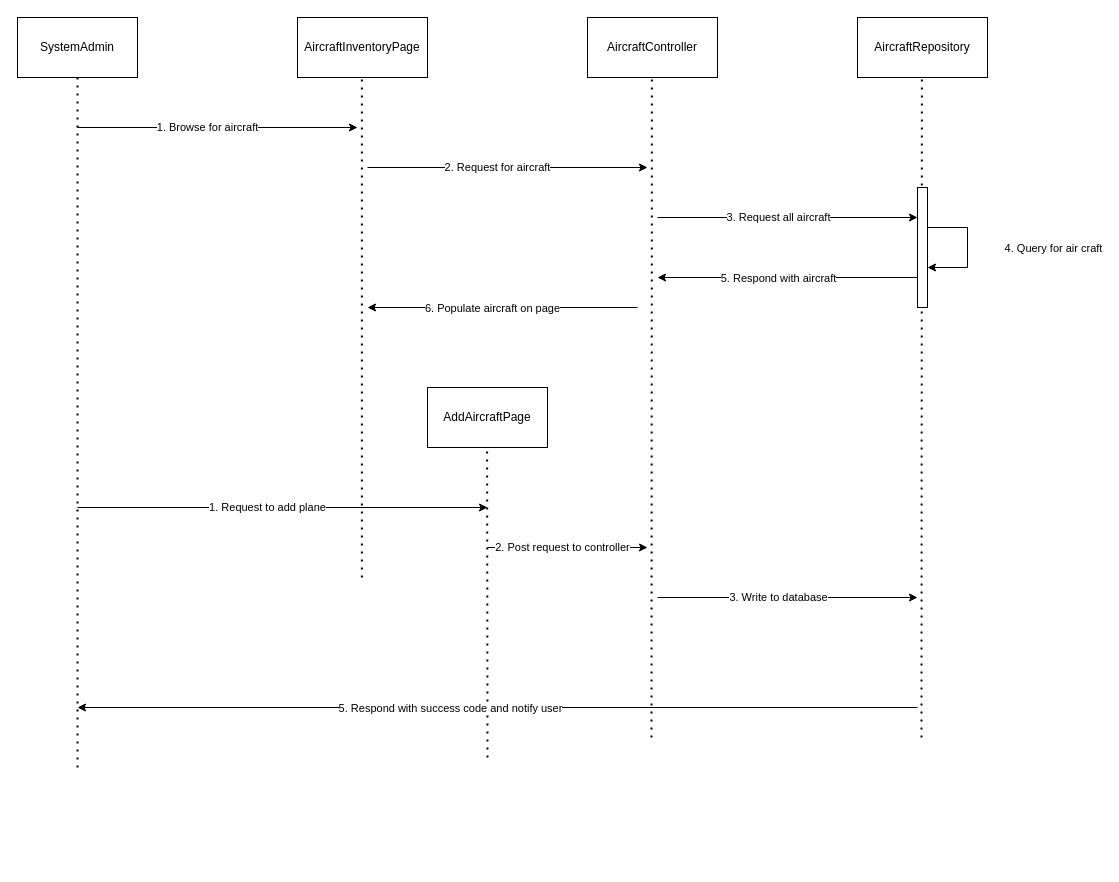
Earlier version of the draw.io diagram page "AddPlane" (3 of 4) of documentation/02 Domain Diagrams/02-4 Sequence Diagrams/Login Sequence Diagram- Pamela.drawio (coreyyangsmith/ensf614-project). Source tidied: cells renumbered, new cells numbered last; positions are measured from the earlier drawing's top-left corner, leaving out a move shared by most shapes. Both pictures are drawn from the tidied source at 100%, with x=0, y=0 at pixel (17, 17).
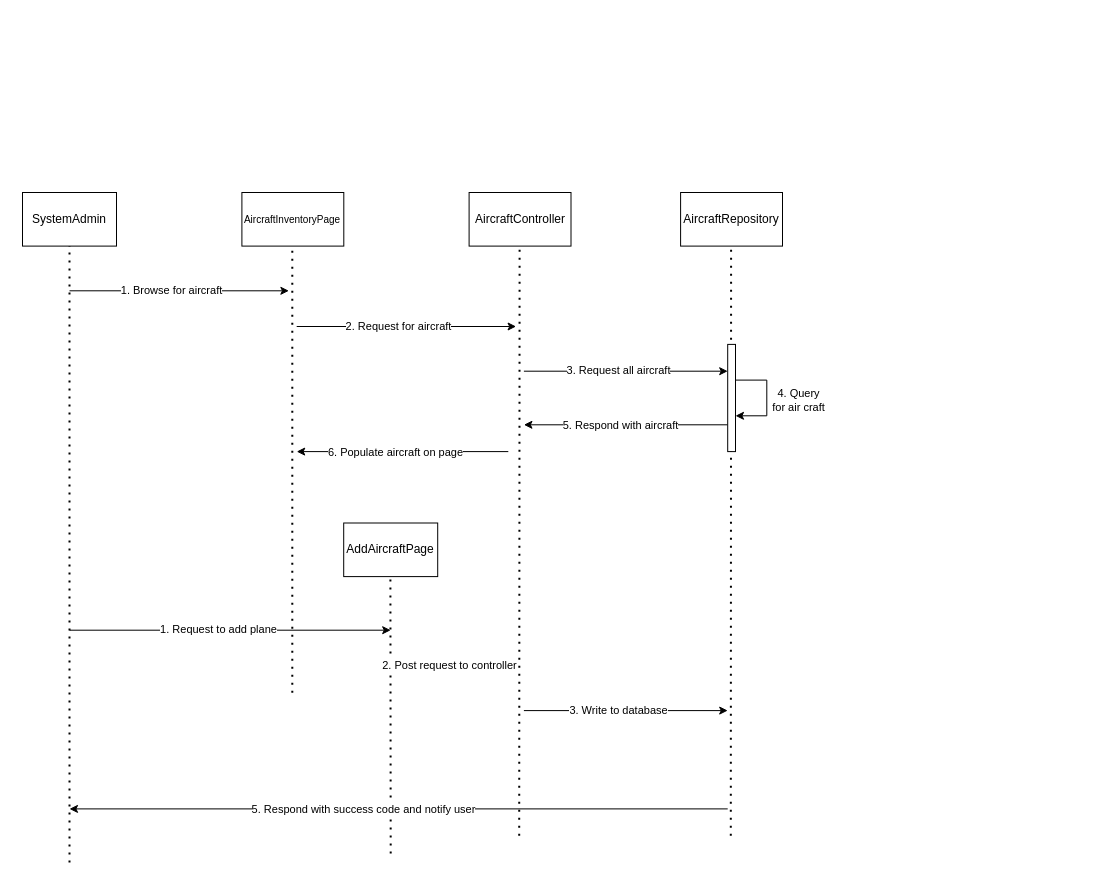
After the change.

What changed in the source:
```diff
@@
+    <mxCell id="33" style="group;" parent="1" vertex="1">
+      <mxGeometry x="5" y="175" width="760" height="670" as="geometry" />
+    </mxCell>
-    <mxCell id="2" value="SystemAdmin" style="rounded=0;whiteSpace=wrap;html=1;" parent="1" vertex="1">
-      <mxGeometry width="120" height="60" as="geometry" />
+    <mxCell id="2" value="SystemAdmin" style="rounded=0;whiteSpace=wrap;html=1;" parent="33" vertex="1">
+      <mxGeometry width="94" height="53.6" as="geometry" />
     </mxCell>
-    <mxCell id="3" value="AircraftInventoryPage" style="rounded=0;whiteSpace=wrap;html=1;" parent="1" vertex="1">
-      <mxGeometry x="280" width="130" height="60" as="geometry" />
+    <mxCell id="3" value="&lt;font style=&quot;font-size: 10px;&quot;&gt;AircraftInventoryPage&lt;/font&gt;" style="rounded=0;whiteSpace=wrap;html=1;" parent="33" vertex="1">
+      <mxGeometry x="219.4" width="101.9" height="53.6" as="geometry" />
     </mxCell>
-    <mxCell id="4" value="AircraftController" style="rounded=0;whiteSpace=wrap;html=1;" parent="1" vertex="1">
-      <mxGeometry x="570" width="130" height="60" as="geometry" />
+    <mxCell id="4" value="AircraftController" style="rounded=0;whiteSpace=wrap;html=1;" parent="33" vertex="1">
+      <mxGeometry x="446.6" width="101.9" height="53.6" as="geometry" />
     </mxCell>
-    <mxCell id="5" value="AircraftRepository" style="rounded=0;whiteSpace=wrap;html=1;" parent="1" vertex="1">
-      <mxGeometry x="840" width="130" height="60" as="geometry" />
+    <mxCell id="5" value="AircraftRepository" style="rounded=0;whiteSpace=wrap;html=1;" parent="33" vertex="1">
+      <mxGeometry x="658.1" width="101.9" height="53.6" as="geometry" />
     </mxCell>
-    <mxCell id="6" style="endArrow=none;dashed=1;html=1;dashPattern=1 3;strokeWidth=2;rounded=0;entryX=0.5;entryY=1;entryDx=0;entryDy=0;" parent="1" edge="1" target="2">
+    <mxCell id="6" style="endArrow=none;dashed=1;html=1;dashPattern=1 3;strokeWidth=2;rounded=0;entryX=0.5;entryY=1;entryDx=0;entryDy=0;" parent="33" edge="1" target="2">
       <mxGeometry relative="1" as="geometry">
-        <mxPoint x="60" y="750" as="sourcePoint" />
+        <mxPoint x="47" y="670" as="sourcePoint" />
       </mxGeometry>
     </mxCell>
-    <mxCell id="7" style="endArrow=none;dashed=1;html=1;dashPattern=1 3;strokeWidth=2;rounded=0;entryX=0.5;entryY=1;entryDx=0;entryDy=0;" parent="1" edge="1">
+    <mxCell id="7" style="endArrow=none;dashed=1;html=1;dashPattern=1 3;strokeWidth=2;rounded=0;entryX=0.5;entryY=1;entryDx=0;entryDy=0;" parent="33" edge="1">
       <mxGeometry relative="1" as="geometry">
-        <mxPoint x="344.4" y="560" as="sourcePoint" />
-        <mxPoint x="344.4" y="60" as="targetPoint" />
+        <mxPoint x="269.8" y="500.3" as="sourcePoint" />
+        <mxPoint x="269.8" y="53.6" as="targetPoint" />
       </mxGeometry>
     </mxCell>
-    <mxCell id="8" style="endArrow=none;dashed=1;html=1;dashPattern=1 3;strokeWidth=2;rounded=0;entryX=0.5;entryY=1;entryDx=0;entryDy=0;" parent="1" edge="1">
+    <mxCell id="8" style="endArrow=none;dashed=1;html=1;dashPattern=1 3;strokeWidth=2;rounded=0;entryX=0.5;entryY=1;entryDx=0;entryDy=0;" parent="33" edge="1">
       <mxGeometry relative="1" as="geometry">
-        <mxPoint x="634" y="720" as="sourcePoint" />
-        <mxPoint x="634.4" y="60" as="targetPoint" />
+        <mxPoint x="496.7" y="643.2" as="sourcePoint" />
+        <mxPoint x="497.1" y="53.6" as="targetPoint" />
       </mxGeometry>
     </mxCell>
-    <mxCell id="9" style="endArrow=none;dashed=1;html=1;dashPattern=1 3;strokeWidth=2;rounded=0;entryX=0.5;entryY=1;entryDx=0;entryDy=0;" parent="1" edge="1">
+    <mxCell id="9" style="endArrow=none;dashed=1;html=1;dashPattern=1 3;strokeWidth=2;rounded=0;entryX=0.5;entryY=1;entryDx=0;entryDy=0;" parent="33" edge="1">
       <mxGeometry relative="1" as="geometry">
-        <mxPoint x="904" y="720" as="sourcePoint" />
-        <mxPoint x="904.4" y="60" as="targetPoint" />
+        <mxPoint x="708.3" y="643.2" as="sourcePoint" />
+        <mxPoint x="708.6" y="53.6" as="targetPoint" />
       </mxGeometry>
     </mxCell>
-    <mxCell id="10" style="endArrow=classic;html=1;rounded=0;" parent="1" edge="1">
+    <mxCell id="10" style="endArrow=classic;html=1;rounded=0;" parent="33" edge="1">
       <mxGeometry relative="1" as="geometry">
-        <mxPoint x="60" y="110" as="sourcePoint" />
-        <mxPoint x="340" y="110" as="targetPoint" />
+        <mxPoint x="47" y="98.3" as="sourcePoint" />
+        <mxPoint x="266.4" y="98.3" as="targetPoint" />
       </mxGeometry>
     </mxCell>
@@
-    <mxCell id="12" style="endArrow=classic;html=1;rounded=0;" parent="1" edge="1">
+    <mxCell id="12" style="endArrow=classic;html=1;rounded=0;" parent="33" edge="1">
       <mxGeometry relative="1" as="geometry">
-        <mxPoint x="350" y="150" as="sourcePoint" />
-        <mxPoint x="630" y="150" as="targetPoint" />
+        <mxPoint x="274.2" y="134" as="sourcePoint" />
+        <mxPoint x="493.6" y="134" as="targetPoint" />
       </mxGeometry>
     </mxCell>
@@
-    <mxCell id="14" style="endArrow=classic;html=1;rounded=0;" parent="1" edge="1">
+    <mxCell id="14" style="endArrow=classic;html=1;rounded=0;" parent="33" edge="1">
       <mxGeometry relative="1" as="geometry">
-        <mxPoint x="640" y="200" as="sourcePoint" />
-        <mxPoint x="900" y="200" as="targetPoint" />
+        <mxPoint x="501.4" y="178.7" as="sourcePoint" />
+        <mxPoint x="705.2" y="178.7" as="targetPoint" />
       </mxGeometry>
     </mxCell>
@@
-    <mxCell id="16" style="endArrow=classic;html=1;rounded=0;" parent="1" edge="1">
+    <mxCell id="16" style="endArrow=classic;html=1;rounded=0;" parent="33" edge="1">
       <mxGeometry relative="1" as="geometry">
-        <mxPoint x="900" y="260" as="sourcePoint" />
-        <mxPoint x="640" y="260" as="targetPoint" />
+        <mxPoint x="705.2" y="232.3" as="sourcePoint" />
+        <mxPoint x="501.4" y="232.3" as="targetPoint" />
       </mxGeometry>
     </mxCell>
@@
-    <mxCell id="18" style="edgeStyle=orthogonalEdgeStyle;rounded=0;orthogonalLoop=1;jettySize=auto;html=1;curved=0;" parent="1" edge="1" source="20" target="20">
+    <mxCell id="18" style="edgeStyle=orthogonalEdgeStyle;rounded=0;orthogonalLoop=1;jettySize=auto;html=1;curved=0;" parent="33" edge="1" source="20" target="20">
       <mxGeometry relative="1" as="geometry">
         <Array as="points">
-          <mxPoint x="950" y="210" />
-          <mxPoint x="950" y="250" />
+          <mxPoint x="744.3" y="187.6" />
+          <mxPoint x="744.3" y="223.3" />
         </Array>
       </mxGeometry>
     </mxCell>
-    <mxCell id="19" value="4. Query for air craft" style="edgeLabel;html=1;align=center;verticalAlign=middle;" parent="18" vertex="1">
+    <mxCell id="19" value="4. Query &lt;br&gt;for air craft" style="edgeLabel;html=1;align=center;verticalAlign=middle;" parent="18" vertex="1">
       <mxGeometry x="-0.19" y="-2" relative="1" as="geometry">
-        <mxPoint x="87" y="11" as="offset" />
+        <mxPoint x="33" y="11" as="offset" />
       </mxGeometry>
     </mxCell>
-    <mxCell id="20" style="html=1;points=[[0,0,0,0,5],[0,1,0,0,-5],[1,0,0,0,5],[1,1,0,0,-5]];perimeter=orthogonalPerimeter;outlineConnect=0;targetShapes=umlLifeline;portConstraint=eastwest;newEdgeStyle={&quot;curved&quot;:0,&quot;rounded&quot;:0};" parent="1" vertex="1">
-      <mxGeometry x="900" y="170" width="10" height="120" as="geometry" />
+    <mxCell id="20" style="html=1;points=[[0,0,0,0,5],[0,1,0,0,-5],[1,0,0,0,5],[1,1,0,0,-5]];perimeter=orthogonalPerimeter;outlineConnect=0;targetShapes=umlLifeline;portConstraint=eastwest;newEdgeStyle={&quot;curved&quot;:0,&quot;rounded&quot;:0};" parent="33" vertex="1">
+      <mxGeometry x="705.2" y="151.9" width="7.8" height="107.2" as="geometry" />
     </mxCell>
-    <mxCell id="21" style="endArrow=classic;html=1;rounded=0;" parent="1" edge="1">
+    <mxCell id="21" style="endArrow=classic;html=1;rounded=0;" parent="33" edge="1">
       <mxGeometry relative="1" as="geometry">
-        <mxPoint x="620" y="290" as="sourcePoint" />
-        <mxPoint x="350" y="290" as="targetPoint" />
+        <mxPoint x="485.8" y="259.1" as="sourcePoint" />
+        <mxPoint x="274.2" y="259.1" as="targetPoint" />
       </mxGeometry>
     </mxCell>
@@
-    <mxCell id="23" style="endArrow=classic;html=1;rounded=0;" parent="1" edge="1">
+    <mxCell id="23" style="endArrow=classic;html=1;rounded=0;" parent="33" edge="1">
       <mxGeometry relative="1" as="geometry">
-        <mxPoint x="60" y="490" as="sourcePoint" />
-        <mxPoint x="470" y="490" as="targetPoint" />
+        <mxPoint x="47" y="437.7" as="sourcePoint" />
+        <mxPoint x="368.2" y="437.7" as="targetPoint" />
       </mxGeometry>
     </mxCell>
@@
-    <mxCell id="25" value="AddAircraftPage" style="rounded=0;whiteSpace=wrap;html=1;" parent="1" vertex="1">
-      <mxGeometry x="410" y="370" width="120" height="60" as="geometry" />
+    <mxCell id="25" value="AddAircraftPage" style="rounded=0;whiteSpace=wrap;html=1;" parent="33" vertex="1">
+      <mxGeometry x="321.2" y="330.5" width="94" height="53.6" as="geometry" />
     </mxCell>
-    <mxCell id="26" style="endArrow=none;dashed=1;html=1;dashPattern=1 3;strokeWidth=2;rounded=0;entryX=0.5;entryY=1;entryDx=0;entryDy=0;" parent="1" edge="1">
+    <mxCell id="26" style="endArrow=none;dashed=1;html=1;dashPattern=1 3;strokeWidth=2;rounded=0;entryX=0.5;entryY=1;entryDx=0;entryDy=0;" parent="33" edge="1">
       <mxGeometry relative="1" as="geometry">
-        <mxPoint x="470" y="740" as="sourcePoint" />
-        <mxPoint x="469.6" y="430" as="targetPoint" />
+        <mxPoint x="368.2" y="661.1" as="sourcePoint" />
+        <mxPoint x="367.9" y="384.1" as="targetPoint" />
       </mxGeometry>
     </mxCell>
-    <mxCell id="27" style="endArrow=classic;html=1;rounded=0;" parent="1" edge="1">
+    <mxCell id="27" style="endArrow=classic;html=1;rounded=0;" parent="33" edge="1">
       <mxGeometry relative="1" as="geometry">
-        <mxPoint x="470" y="530" as="sourcePoint" />
-        <mxPoint x="630" y="530" as="targetPoint" />
+        <mxPoint x="368.2" y="473.5" as="sourcePoint" />
+        <mxPoint x="493.6" y="473.5" as="targetPoint" />
       </mxGeometry>
     </mxCell>
@@
-    <mxCell id="29" style="endArrow=classic;html=1;rounded=0;" parent="1" edge="1">
+    <mxCell id="29" style="endArrow=classic;html=1;rounded=0;" parent="33" edge="1">
       <mxGeometry relative="1" as="geometry">
-        <mxPoint x="640" y="580" as="sourcePoint" />
-        <mxPoint x="900" y="580" as="targetPoint" />
+        <mxPoint x="501.4" y="518.1" as="sourcePoint" />
+        <mxPoint x="705.2" y="518.1" as="targetPoint" />
       </mxGeometry>
     </mxCell>
@@
-    <mxCell id="31" style="endArrow=classic;html=1;rounded=0;" parent="1" edge="1">
+    <mxCell id="31" style="endArrow=classic;html=1;rounded=0;" parent="33" edge="1">
       <mxGeometry relative="1" as="geometry">
-        <mxPoint x="900" y="690" as="sourcePoint" />
-        <mxPoint x="60" y="690" as="targetPoint" />
+        <mxPoint x="705.2" y="616.4" as="sourcePoint" />
+        <mxPoint x="47" y="616.4" as="targetPoint" />
       </mxGeometry>
     </mxCell>
```
